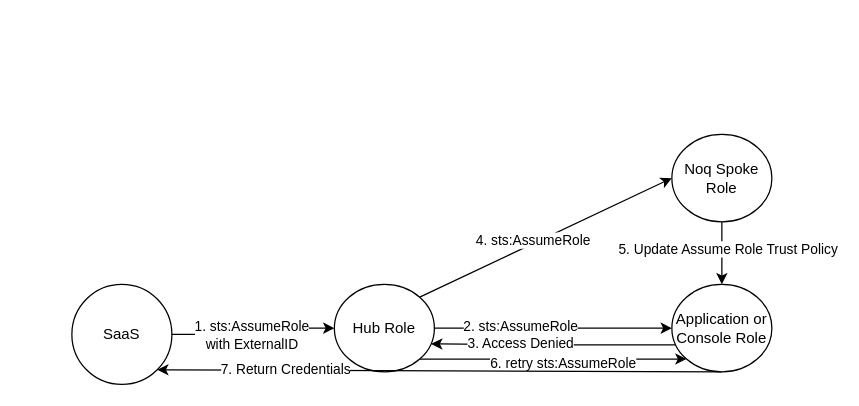
This is diagrams/STS - Assume Tenant Application Role and Fix Trust Policy.drawio from WillNye/cloudumi, a draw.io file, before an edit. Source tidied: cells renumbered, new cells numbered last; positions are measured from the earlier drawing's top-left corner, leaving out a move shared by most shapes. Both pictures are drawn from the tidied source at 125%, with x=0, y=0 at pixel (71, 134).
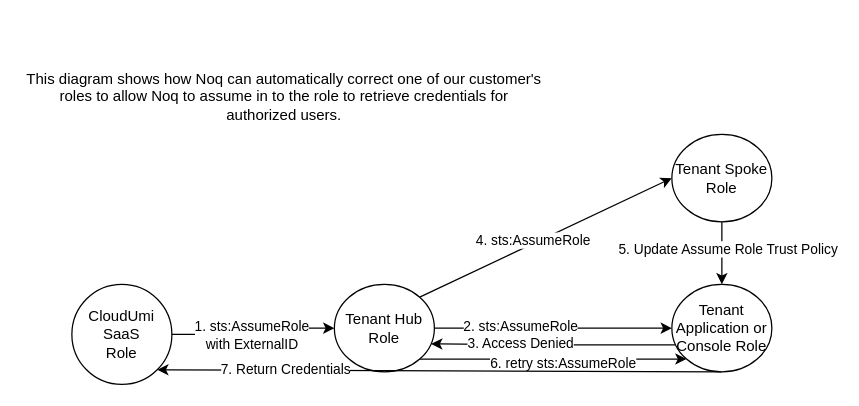
The same page after the edit.

Commit message:
Update STS diagram

Diff of the diagram source:
```diff
@@
-    <mxCell id="4" value="SaaS" style="ellipse;whiteSpace=wrap;html=1;" parent="1" vertex="1">
+    <mxCell id="4" value="CloudUmi&lt;br&gt;SaaS&lt;br&gt;Role" style="ellipse;whiteSpace=wrap;html=1;" parent="1" vertex="1">
       <mxGeometry y="120" width="80" height="80" as="geometry" />
     </mxCell>
@@
-    <mxCell id="11" value="Hub Role" style="ellipse;whiteSpace=wrap;html=1;" parent="1" vertex="1">
+    <mxCell id="11" value="Tenant Hub Role" style="ellipse;whiteSpace=wrap;html=1;" parent="1" vertex="1">
       <mxGeometry x="210" y="120" width="80" height="70" as="geometry" />
     </mxCell>
@@
-    <mxCell id="16" value="Application or Console Role" style="ellipse;whiteSpace=wrap;html=1;" parent="1" vertex="1">
+    <mxCell id="16" value="Tenant&lt;br&gt;Application or Console Role" style="ellipse;whiteSpace=wrap;html=1;" parent="1" vertex="1">
       <mxGeometry x="480" y="120" width="80" height="70" as="geometry" />
     </mxCell>
@@
-    <mxCell id="19" value="Noq Spoke Role" style="ellipse;whiteSpace=wrap;html=1;" parent="1" vertex="1">
+    <mxCell id="19" value="Tenant Spoke Role" style="ellipse;whiteSpace=wrap;html=1;" parent="1" vertex="1">
       <mxGeometry x="480" width="80" height="70" as="geometry" />
     </mxCell>
+    <mxCell id="20" value="This diagram shows how Noq can automatically correct one of our customer's roles to allow Noq to assume in to the role to retrieve credentials for authorized users." style="text;html=1;strokeColor=none;fillColor=none;align=center;verticalAlign=middle;whiteSpace=wrap;rounded=0;" parent="1" vertex="1">
+      <mxGeometry x="-40" y="-90" width="420" height="120" as="geometry" />
+    </mxCell>
```
